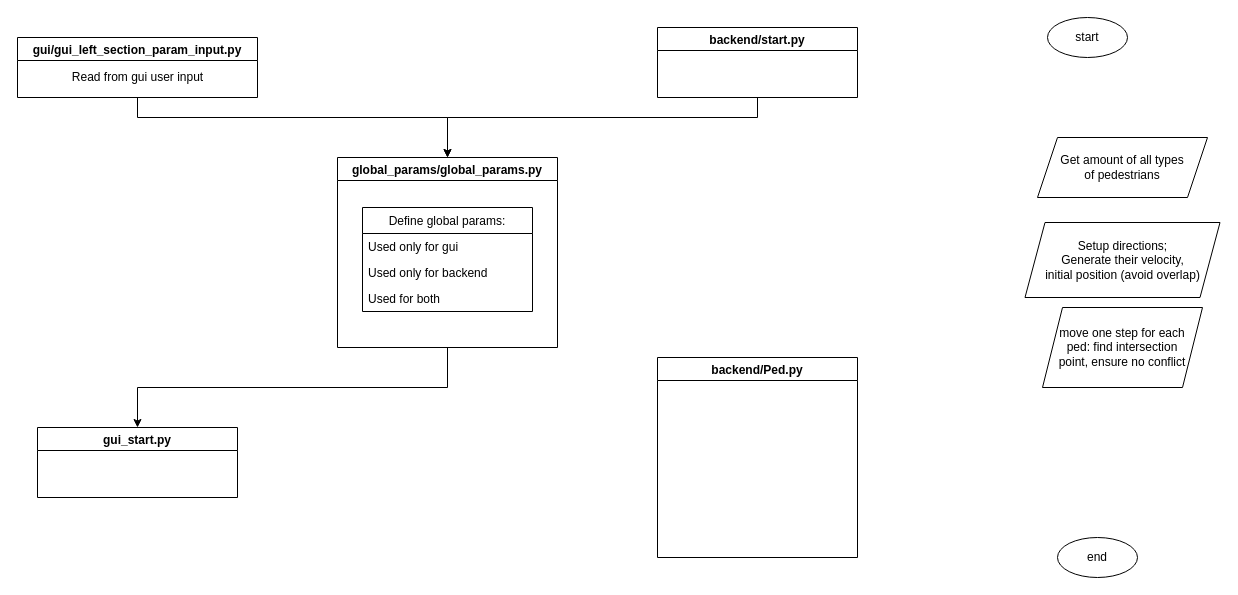
The draw.io diagram doc/structure.drawio in DayuanTan/PedestriansCrossingStreetSimulation, before the edit. Source tidied: cells renumbered, new cells numbered last; positions are measured from the earlier drawing's top-left corner, leaving out a move shared by most shapes. Both pictures are drawn from the tidied source at 100%, with x=0, y=0 at pixel (17, 17).
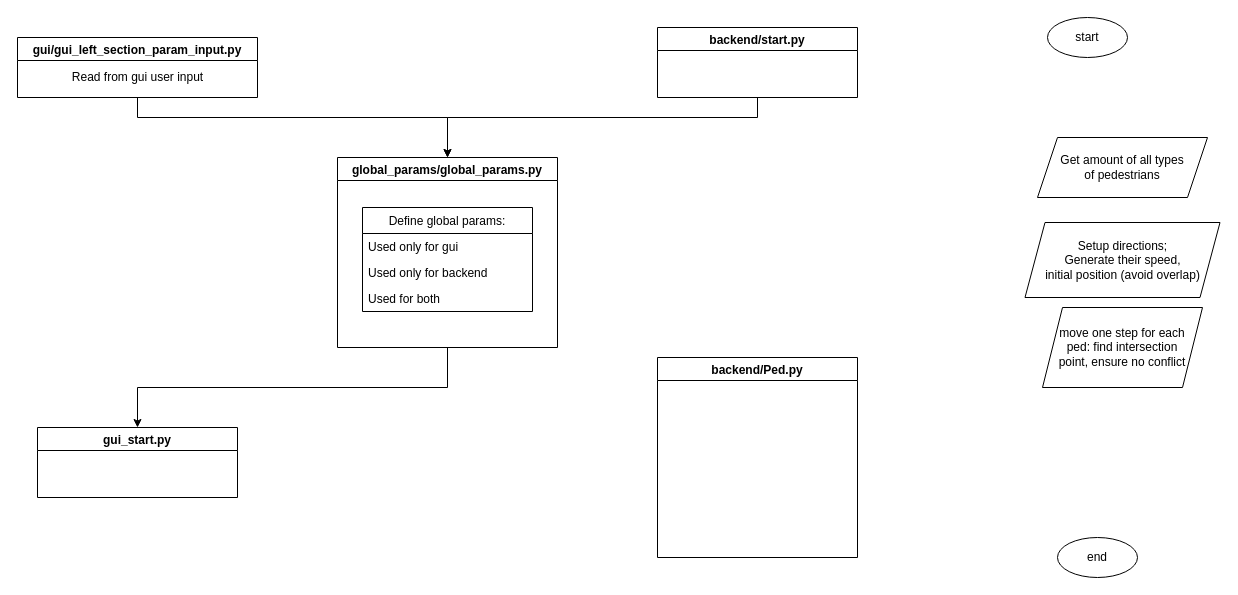
The same page after the edit.

Commit message (it also covers changes not shown here):
replace velocity with speed

Diff of the diagram source:
```diff
@@
-    <mxCell id="18" value="Setup directions;&lt;br&gt;Generate their velocity, &lt;br&gt;initial position (avoid overlap)" style="shape=parallelogram;perimeter=parallelogramPerimeter;whiteSpace=wrap;html=1;fixedSize=1;" parent="1" vertex="1">
+    <mxCell id="18" value="Setup directions;&lt;br&gt;Generate their speed, &lt;br&gt;initial position (avoid overlap)" style="shape=parallelogram;perimeter=parallelogramPerimeter;whiteSpace=wrap;html=1;fixedSize=1;" parent="1" vertex="1">
       <mxGeometry x="1007.5" y="205" width="195" height="75" as="geometry" />
     </mxCell>
```
